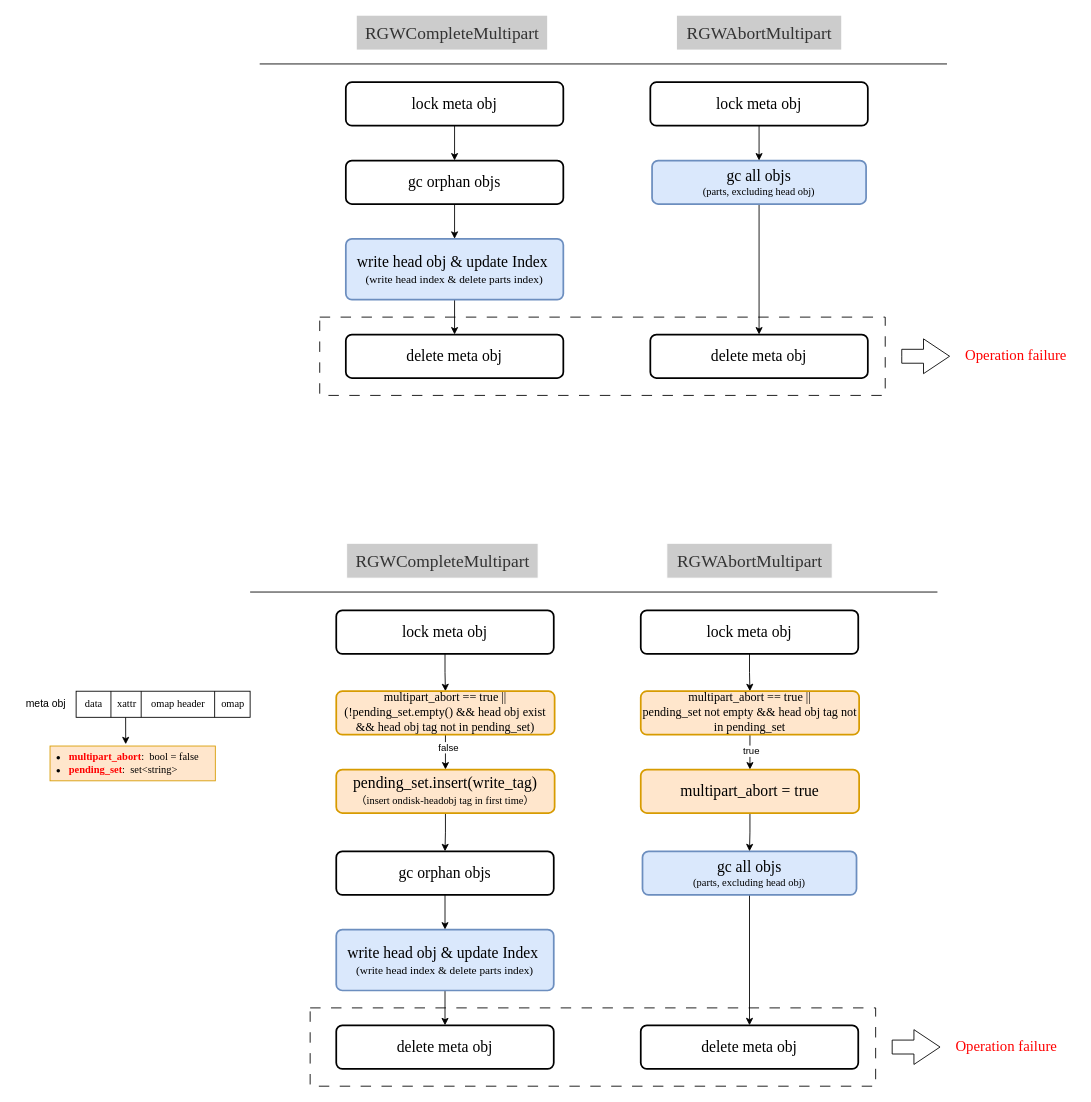
Before: MultiUpload.drawio in 1253757553/drawIO, a draw.io diagram. Source tidied: cells renumbered, new cells numbered last; positions are measured from the earlier drawing's top-left corner, leaving out a move shared by most shapes. Both pictures are drawn from the tidied source at 87%, with x=0, y=0 at pixel (15, 15).
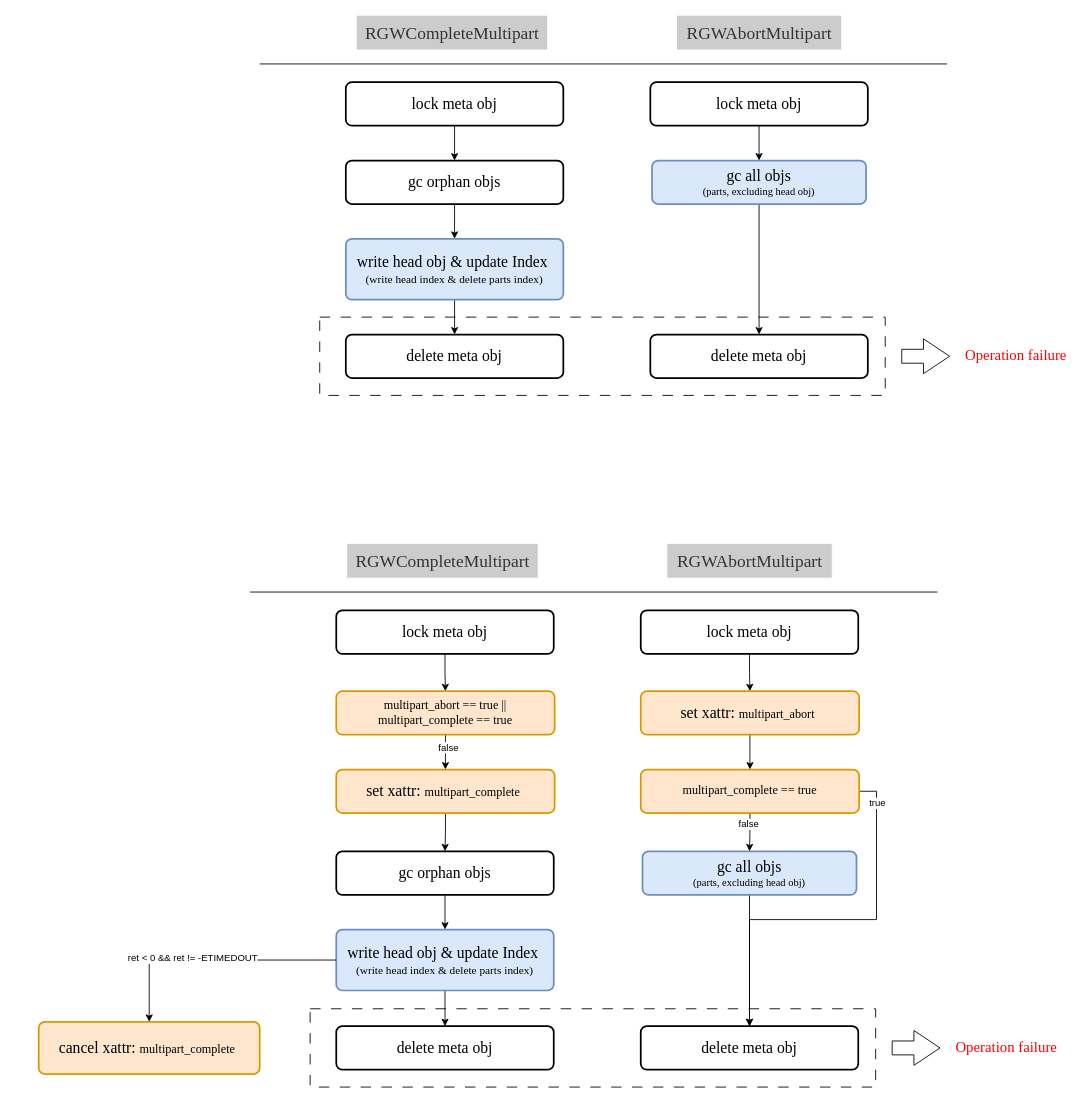
The same page after the edit.

The change refers to these unchanged cells:
```xml
<mxCell id="21" style="group;" parent="1" vertex="1">
  <mxGeometry x="270" y="607" width="939" height="437" as="geometry" />
</mxCell>
<mxCell id="30" value="&lt;font face=&quot;Times New Roman&quot;&gt;&lt;span style=&quot;font-size: 18px;&quot;&gt;write head obj &amp;amp; update Index&amp;nbsp;&lt;/span&gt;&lt;/font&gt;&lt;div&gt;&lt;font style=&quot;font-size: 13px;&quot; face=&quot;Times New Roman&quot;&gt;(write head index &amp;amp; delete parts index)&lt;/font&gt;&lt;/div&gt;" style="rounded=1;whiteSpace=wrap;html=1;absoluteArcSize=1;arcSize=14;strokeWidth=2;fillColor=#dae8fc;strokeColor=#6c8ebf;" parent="21" vertex="1">
  <mxGeometry x="99" y="444" width="250" height="70" as="geometry" />
</mxCell>
<mxCell id="45" style="edgeStyle=orthogonalEdgeStyle;rounded=0;jettySize=auto;html=1;" parent="21" edge="1" source="47" target="49">
  <mxGeometry relative="1" as="geometry" />
</mxCell>
<mxCell id="48" style="edgeStyle=orthogonalEdgeStyle;rounded=0;jettySize=auto;html=1;" parent="21" edge="1" source="49" target="26">
  <mxGeometry relative="1" as="geometry" />
</mxCell>
```

What changed in the source:
```diff
@@
     <mxCell id="22" style="rounded=0;whiteSpace=wrap;html=1;dashed=1;dashPattern=12 12;" parent="21" vertex="1">
-      <mxGeometry x="69" y="534" width="650" height="90" as="geometry" />
+      <mxGeometry x="69" y="535" width="650" height="90" as="geometry" />
     </mxCell>
@@
     <mxCell id="31" value="&lt;font face=&quot;Times New Roman&quot;&gt;&lt;span style=&quot;font-size: 18px;&quot;&gt;delete meta obj&lt;/span&gt;&lt;/font&gt;" style="rounded=1;whiteSpace=wrap;html=1;absoluteArcSize=1;arcSize=14;strokeWidth=2;" parent="21" vertex="1">
-      <mxGeometry x="99" y="554" width="250" height="50" as="geometry" />
+      <mxGeometry x="99" y="555" width="250" height="50" as="geometry" />
     </mxCell>
@@
     <mxCell id="34" value="&lt;font face=&quot;Times New Roman&quot;&gt;&lt;span style=&quot;font-size: 18px;&quot;&gt;delete meta obj&lt;/span&gt;&lt;/font&gt;" style="rounded=1;whiteSpace=wrap;html=1;absoluteArcSize=1;arcSize=14;strokeWidth=2;" parent="21" vertex="1">
-      <mxGeometry x="449" y="554" width="250" height="50" as="geometry" />
+      <mxGeometry x="449" y="555" width="250" height="50" as="geometry" />
     </mxCell>
     <mxCell id="35" value="&lt;font style=&quot;font-size: 17px; color: rgb(255, 0, 0);&quot; face=&quot;Times New Roman&quot;&gt;Operation failure&lt;/font&gt;" style="text;html=1;align=center;verticalAlign=middle;strokeColor=none;fillColor=none;" parent="21" vertex="1">
-      <mxGeometry x="799" y="564" width="140" height="30" as="geometry" />
+      <mxGeometry x="799" y="565" width="140" height="30" as="geometry" />
     </mxCell>
     <mxCell id="36" style="html=1;shadow=0;dashed=0;align=center;verticalAlign=middle;shape=mxgraph.arrows2.arrow;dy=0.6;dx=30;notch=0;" parent="21" vertex="1">
-      <mxGeometry x="738" y="559" width="55" height="40" as="geometry" />
+      <mxGeometry x="738" y="560" width="55" height="40" as="geometry" />
     </mxCell>
@@
-    <mxCell id="42" value="multipart_abort == true || (!pending_set.empty() &amp;amp;&amp;amp; head obj exist &amp;amp;&amp;amp; head obj tag not in pending_set)" style="rounded=1;whiteSpace=wrap;html=1;absoluteArcSize=1;arcSize=14;strokeWidth=2;fontFamily=Times New Roman;fontSize=14;fillColor=#ffe6cc;strokeColor=#d79b00;" parent="21" vertex="1">
+    <mxCell id="42" value="multipart_abort == true || multipart_complete == true" style="rounded=1;whiteSpace=wrap;html=1;absoluteArcSize=1;arcSize=14;strokeWidth=2;fontFamily=Times New Roman;fontSize=14;fillColor=#ffe6cc;strokeColor=#d79b00;" parent="21" vertex="1">
       <mxGeometry x="99" y="170" width="251" height="50" as="geometry" />
     </mxCell>
@@
-    <mxCell id="44" value="&lt;font style=&quot;font-size: 18px;&quot;&gt;pending_set.insert(write_tag)&lt;/font&gt;&lt;div&gt;&lt;font style=&quot;font-size: 12px;&quot;&gt;（insert ondisk-headobj tag in first time）&lt;/font&gt;&lt;/div&gt;" style="rounded=1;whiteSpace=wrap;html=1;absoluteArcSize=1;arcSize=14;strokeWidth=2;fontFamily=Times New Roman;fontSize=14;fillColor=#ffe6cc;strokeColor=#d79b00;" parent="21" vertex="1">
+    <mxCell id="44" value="&lt;span style=&quot;font-size: 18px;&quot;&gt;set xattr:&amp;nbsp;&lt;/span&gt;multipart_complete&lt;span style=&quot;font-size: 18px;&quot;&gt;&amp;nbsp;&lt;/span&gt;" style="rounded=1;whiteSpace=wrap;html=1;absoluteArcSize=1;arcSize=14;strokeWidth=2;fontFamily=Times New Roman;fontSize=14;fillColor=#ffe6cc;strokeColor=#d79b00;" parent="21" vertex="1">
       <mxGeometry x="99" y="260" width="251" height="50" as="geometry" />
     </mxCell>
@@
-    <mxCell id="46" value="true" style="edgeLabel;html=1;align=center;verticalAlign=middle;" parent="45" vertex="1">
-      <mxGeometry x="-0.1" y="1" relative="1" as="geometry" />
-    </mxCell>
-    <mxCell id="47" value="&lt;div&gt;multipart_abort == true ||&lt;span style=&quot;background-color: transparent; color: light-dark(rgb(0, 0, 0), rgb(255, 255, 255));&quot;&gt;&lt;/span&gt;&lt;/div&gt;&lt;div&gt;&lt;span style=&quot;background-color: transparent; color: light-dark(rgb(0, 0, 0), rgb(255, 255, 255));&quot;&gt;pending_set not empty &amp;amp;&amp;amp; head obj tag not in pending_set&lt;/span&gt;&lt;/div&gt;" style="rounded=1;whiteSpace=wrap;html=1;absoluteArcSize=1;arcSize=14;strokeWidth=2;fontFamily=Times New Roman;fontSize=14;fillColor=#ffe6cc;strokeColor=#d79b00;" parent="21" vertex="1">
+    <mxCell id="47" value="&lt;span style=&quot;font-size: 18px;&quot;&gt;set xattr:&amp;nbsp;&lt;/span&gt;multipart_abort&lt;span style=&quot;font-size: 18px;&quot;&gt;&amp;nbsp;&lt;/span&gt;" style="rounded=1;whiteSpace=wrap;html=1;absoluteArcSize=1;arcSize=14;strokeWidth=2;fontFamily=Times New Roman;fontSize=14;fillColor=#ffe6cc;strokeColor=#d79b00;" parent="21" vertex="1">
       <mxGeometry x="449" y="170" width="251" height="50" as="geometry" />
     </mxCell>
@@
+    <mxCell id="62" value="false" style="edgeLabel;html=1;align=center;verticalAlign=middle;" parent="48" vertex="1">
+      <mxGeometry x="-0.46" y="-2" relative="1" as="geometry" />
+    </mxCell>
+    <mxCell id="63" style="edgeStyle=orthogonalEdgeStyle;rounded=0;jettySize=auto;html=1;exitX=1;exitY=0.5;exitDx=0;exitDy=0;entryX=0.5;entryY=0;entryDx=0;entryDy=0;" parent="21" edge="1" source="49" target="34">
+      <mxGeometry relative="1" as="geometry" />
+    </mxCell>
+    <mxCell id="46" value="true" style="edgeLabel;html=1;align=center;verticalAlign=middle;" parent="63" vertex="1">
+      <mxGeometry x="-0.85" relative="1" as="geometry" />
+    </mxCell>
-    <mxCell id="49" value="&lt;font style=&quot;font-size: 18px;&quot;&gt;multipart_abort = true&lt;/font&gt;" style="rounded=1;whiteSpace=wrap;html=1;absoluteArcSize=1;arcSize=14;strokeWidth=2;fontFamily=Times New Roman;fontSize=14;fillColor=#ffe6cc;strokeColor=#d79b00;" parent="21" vertex="1">
+    <mxCell id="49" value="multipart_complete == true" style="rounded=1;whiteSpace=wrap;html=1;absoluteArcSize=1;arcSize=14;strokeWidth=2;fontFamily=Times New Roman;fontSize=14;fillColor=#ffe6cc;strokeColor=#d79b00;" parent="21" vertex="1">
       <mxGeometry x="449" y="260" width="251" height="50" as="geometry" />
     </mxCell>
-    <mxCell id="50" style="group;" parent="1" vertex="1">
-      <mxGeometry x="70" y="777" width="205" height="30" as="geometry" />
-    </mxCell>
-    <mxCell id="51" style="rounded=0;whiteSpace=wrap;html=1;fontFamily=Times New Roman;" parent="50" vertex="1">
-      <mxGeometry width="200" height="30" as="geometry" />
-    </mxCell>
-    <mxCell id="52" style="endArrow=none;html=1;rounded=0;fontFamily=Times New Roman;" parent="50" edge="1">
-      <mxGeometry relative="1" as="geometry">
-        <mxPoint x="40" y="30" as="sourcePoint" />
-        <mxPoint x="40" as="targetPoint" />
-      </mxGeometry>
-    </mxCell>
-    <mxCell id="53" style="endArrow=none;html=1;rounded=0;fontFamily=Times New Roman;" parent="50" edge="1">
-      <mxGeometry relative="1" as="geometry">
-        <mxPoint x="74.8" y="30" as="sourcePoint" />
-        <mxPoint x="74.8" as="targetPoint" />
-      </mxGeometry>
-    </mxCell>
-    <mxCell id="54" style="endArrow=none;html=1;rounded=0;fontFamily=Times New Roman;" parent="50" edge="1">
-      <mxGeometry relative="1" as="geometry">
-        <mxPoint x="159.2" y="30" as="sourcePoint" />
-        <mxPoint x="159.2" as="targetPoint" />
-      </mxGeometry>
-    </mxCell>
-    <mxCell id="55" value="data" style="text;html=1;align=center;verticalAlign=middle;strokeColor=none;fillColor=none;fontFamily=Times New Roman;" parent="50" vertex="1">
-      <mxGeometry width="40" height="30" as="geometry" />
-    </mxCell>
-    <mxCell id="56" value="xattr" style="text;html=1;align=center;verticalAlign=middle;strokeColor=none;fillColor=none;fontFamily=Times New Roman;" parent="50" vertex="1">
-      <mxGeometry x="33" width="50" height="30" as="geometry" />
-    </mxCell>
-    <mxCell id="57" value="omap header" style="text;html=1;align=center;verticalAlign=middle;strokeColor=none;fillColor=none;fontFamily=Times New Roman;" parent="50" vertex="1">
-      <mxGeometry x="72" width="90" height="30" as="geometry" />
-    </mxCell>
-    <mxCell id="58" value="omap" style="text;html=1;align=center;verticalAlign=middle;strokeColor=none;fillColor=none;fontFamily=Times New Roman;" parent="50" vertex="1">
-      <mxGeometry x="155" width="50" height="30" as="geometry" />
-    </mxCell>
-    <mxCell id="59" value="meta obj" style="text;html=1;align=center;verticalAlign=middle;strokeColor=none;fillColor=none;" parent="1" vertex="1">
-      <mxGeometry y="777" width="70" height="30" as="geometry" />
-    </mxCell>
-    <mxCell id="60" style="endArrow=classic;html=1;rounded=0;exitX=0.478;exitY=0.974;exitDx=0;exitDy=0;exitPerimeter=0;" parent="1" edge="1">
-      <mxGeometry relative="1" as="geometry">
-        <mxPoint x="126.9" y="807.2" as="sourcePoint" />
-        <mxPoint x="127" y="838" as="targetPoint" />
-      </mxGeometry>
-    </mxCell>
-    <mxCell id="61" value="&lt;ul style=&quot;padding-left: 20px; margin-top: 0px; margin-bottom: 0px;&quot;&gt;&lt;li&gt;&lt;font face=&quot;Times New Roman&quot;&gt;&lt;font style=&quot;color: rgb(255, 0, 0);&quot;&gt;&lt;b&gt;multipart_abort&lt;/b&gt;&lt;/font&gt;:&amp;nbsp; bool = false&lt;/font&gt;&lt;/li&gt;&lt;li&gt;&lt;font face=&quot;Times New Roman&quot;&gt;&lt;b&gt;&lt;font style=&quot;color: rgb(255, 0, 0);&quot;&gt;pending_set&lt;/font&gt;&lt;/b&gt;:&amp;nbsp; set&amp;lt;string&amp;gt;&lt;/font&gt;&lt;/li&gt;&lt;/ul&gt;" style="text;html=1;align=left;verticalAlign=middle;strokeColor=#d79b00;fillColor=#ffe6cc;" parent="1" vertex="1">
-      <mxGeometry x="40" y="840" width="190" height="40" as="geometry" />
-    </mxCell>
+    <mxCell id="64" value="&lt;span style=&quot;font-family: &amp;quot;Times New Roman&amp;quot;; font-size: 18px;&quot;&gt;cancel xattr:&amp;nbsp;&lt;/span&gt;&lt;span style=&quot;font-family: &amp;quot;Times New Roman&amp;quot;; font-size: 14px;&quot;&gt;multipart_complete&lt;/span&gt;&lt;span style=&quot;font-family: &amp;quot;Times New Roman&amp;quot;; font-size: 18px;&quot;&gt;&amp;nbsp;&lt;/span&gt;" style="whiteSpace=wrap;html=1;fillColor=#ffe6cc;strokeColor=#d79b00;rounded=1;absoluteArcSize=1;arcSize=14;strokeWidth=2;" parent="1" vertex="1">
+      <mxGeometry x="27" y="1157" width="254" height="60" as="geometry" />
+    </mxCell>
+    <mxCell id="65" style="edgeStyle=orthogonalEdgeStyle;rounded=0;jettySize=auto;html=1;" parent="1" edge="1" source="30" target="64">
+      <mxGeometry relative="1" as="geometry" />
+    </mxCell>
+    <mxCell id="66" value="ret &amp;lt; 0 &amp;amp;&amp;amp; ret != -ETIMEDOUT" style="edgeLabel;html=1;align=center;verticalAlign=middle;" parent="65" vertex="1">
+      <mxGeometry x="0.16" y="-3" relative="1" as="geometry" />
+    </mxCell>
```
